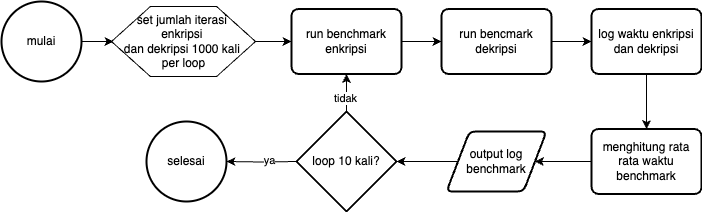
ariqpradipa/skripsi keeps this draw.io diagram as assets/pics/code-flowchart/flowchart_aes.png. Above is the earlier version. Source tidied: cells renumbered, new cells last; positions are measured from the earlier drawing's top-left corner, leaving out a move shared by most shapes. Its diagram source:
```xml
<mxGraphModel>
  <root>
    <mxCell id="0" />
    <mxCell id="1" parent="0" />
    <mxCell id="2" style="edgeStyle=orthogonalEdgeStyle;rounded=0;jettySize=auto;html=1;" parent="1" edge="1" source="3" target="6">
      <mxGeometry relative="1" as="geometry" />
    </mxCell>
    <mxCell id="3" value="mulai" style="strokeWidth=2;html=1;shape=mxgraph.flowchart.start_2;whiteSpace=wrap;" parent="1" vertex="1">
      <mxGeometry width="80" height="80" as="geometry" />
    </mxCell>
    <mxCell id="4" style="group;" parent="1" vertex="1">
      <mxGeometry x="110" y="5" width="150" height="75" as="geometry" />
    </mxCell>
    <mxCell id="5" style="verticalLabelPosition=bottom;verticalAlign=top;html=1;shape=hexagon;perimeter=hexagonPerimeter2;arcSize=6;size=0.27;" parent="4" vertex="1">
      <mxGeometry width="144" height="70" as="geometry" />
    </mxCell>
    <mxCell id="6" value="&lt;font style=&quot;font-size: 12px;&quot;&gt;set jumlah iterasi&amp;nbsp;&lt;/font&gt;&lt;div style=&quot;&quot;&gt;&lt;div style=&quot;&quot;&gt;&lt;font style=&quot;font-size: 12px;&quot;&gt;enkripsi&amp;nbsp;&lt;/font&gt;&lt;/div&gt;&lt;div style=&quot;&quot;&gt;&lt;font style=&quot;font-size: 12px;&quot;&gt;dan dekripsi 1000 kali&amp;nbsp;&lt;/font&gt;&lt;/div&gt;&lt;div style=&quot;&quot;&gt;&lt;font style=&quot;font-size: 12px;&quot;&gt;per loop&lt;/font&gt;&lt;/div&gt;&lt;/div&gt;" style="text;html=1;align=center;verticalAlign=middle;points=[];strokeColor=none;fillColor=none;" parent="4" vertex="1">
      <mxGeometry x="2" width="140" height="70" as="geometry" />
    </mxCell>
    <mxCell id="7" style="edgeStyle=orthogonalEdgeStyle;rounded=0;jettySize=auto;html=1;" parent="1" edge="1" source="8" target="10">
      <mxGeometry relative="1" as="geometry" />
    </mxCell>
    <mxCell id="8" value="run benchmark enkripsi" style="rounded=1;whiteSpace=wrap;html=1;absoluteArcSize=1;arcSize=14;strokeWidth=2;" parent="1" vertex="1">
      <mxGeometry x="290" y="7.5" width="110" height="65" as="geometry" />
    </mxCell>
    <mxCell id="9" style="edgeStyle=orthogonalEdgeStyle;rounded=0;jettySize=auto;html=1;" parent="1" edge="1" source="10" target="12">
      <mxGeometry relative="1" as="geometry" />
    </mxCell>
    <mxCell id="10" value="run bencmark dekripsi" style="rounded=1;whiteSpace=wrap;html=1;absoluteArcSize=1;arcSize=14;strokeWidth=2;" parent="1" vertex="1">
      <mxGeometry x="440" y="7.5" width="110" height="65" as="geometry" />
    </mxCell>
    <mxCell id="11" style="edgeStyle=orthogonalEdgeStyle;rounded=0;jettySize=auto;html=1;" parent="1" edge="1" source="12" target="14">
      <mxGeometry relative="1" as="geometry" />
    </mxCell>
    <mxCell id="12" value="log waktu enkripsi dan dekripsi" style="rounded=1;whiteSpace=wrap;html=1;absoluteArcSize=1;arcSize=14;strokeWidth=2;" parent="1" vertex="1">
      <mxGeometry x="590" y="7.5" width="110" height="65" as="geometry" />
    </mxCell>
    <mxCell id="13" style="edgeStyle=orthogonalEdgeStyle;rounded=0;jettySize=auto;html=1;" parent="1" edge="1" source="14" target="16">
      <mxGeometry relative="1" as="geometry" />
    </mxCell>
    <mxCell id="14" value="menghitung rata rata waktu benchmark" style="rounded=1;whiteSpace=wrap;html=1;absoluteArcSize=1;arcSize=14;strokeWidth=2;" parent="1" vertex="1">
      <mxGeometry x="590" y="127.5" width="110" height="65" as="geometry" />
    </mxCell>
    <mxCell id="15" style="edgeStyle=orthogonalEdgeStyle;rounded=0;jettySize=auto;html=1;" parent="1" edge="1" source="16">
      <mxGeometry relative="1" as="geometry">
        <mxPoint x="395" y="160" as="targetPoint" />
      </mxGeometry>
    </mxCell>
    <mxCell id="16" value="output log benchmark" style="shape=parallelogram;html=1;strokeWidth=2;perimeter=parallelogramPerimeter;whiteSpace=wrap;rounded=1;arcSize=12;size=0.23;" parent="1" vertex="1">
      <mxGeometry x="445" y="130" width="100" height="60" as="geometry" />
    </mxCell>
    <mxCell id="17" style="edgeStyle=orthogonalEdgeStyle;rounded=0;jettySize=auto;html=1;" parent="1" edge="1" target="22">
      <mxGeometry relative="1" as="geometry">
        <mxPoint x="295" y="160" as="sourcePoint" />
      </mxGeometry>
    </mxCell>
    <mxCell id="18" value="ya" style="edgeLabel;html=1;align=center;verticalAlign=middle;" parent="17" vertex="1">
      <mxGeometry x="-0.22" y="-2" relative="1" as="geometry" />
    </mxCell>
    <mxCell id="19" style="edgeStyle=orthogonalEdgeStyle;rounded=0;jettySize=auto;html=1;" parent="1" edge="1" source="21" target="8">
      <mxGeometry relative="1" as="geometry" />
    </mxCell>
    <mxCell id="20" value="tidak" style="edgeLabel;html=1;align=center;verticalAlign=middle;" parent="19" vertex="1">
      <mxGeometry x="-0.36" y="1" relative="1" as="geometry" />
    </mxCell>
    <mxCell id="21" value="loop 10 kali?" style="strokeWidth=2;html=1;shape=mxgraph.flowchart.decision;whiteSpace=wrap;" parent="1" vertex="1">
      <mxGeometry x="295" y="110" width="100" height="100" as="geometry" />
    </mxCell>
    <mxCell id="22" value="selesai" style="strokeWidth=2;html=1;shape=mxgraph.flowchart.start_2;whiteSpace=wrap;" parent="1" vertex="1">
      <mxGeometry x="145" y="120" width="80" height="80" as="geometry" />
    </mxCell>
    <mxCell id="23" style="edgeStyle=orthogonalEdgeStyle;rounded=0;jettySize=auto;html=1;" parent="1" edge="1" source="5" target="8">
      <mxGeometry relative="1" as="geometry" />
    </mxCell>
  </root>
</mxGraphModel>
```
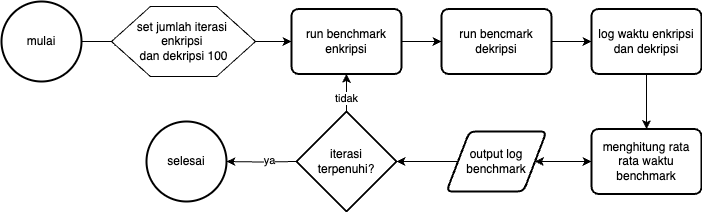
Above is the later version.

The edit, as a diff of the source:
```diff
@@ -14,8 +14,8 @@
     <mxCell id="5" style="verticalLabelPosition=bottom;verticalAlign=top;html=1;shape=hexagon;perimeter=hexagonPerimeter2;arcSize=6;size=0.27;" parent="4" vertex="1">
       <mxGeometry width="144" height="70" as="geometry" />
     </mxCell>
-    <mxCell id="6" value="&lt;font style=&quot;font-size: 12px;&quot;&gt;set jumlah iterasi&amp;nbsp;&lt;/font&gt;&lt;div style=&quot;&quot;&gt;&lt;div style=&quot;&quot;&gt;&lt;font style=&quot;font-size: 12px;&quot;&gt;enkripsi&amp;nbsp;&lt;/font&gt;&lt;/div&gt;&lt;div style=&quot;&quot;&gt;&lt;font style=&quot;font-size: 12px;&quot;&gt;dan dekripsi 1000 kali&amp;nbsp;&lt;/font&gt;&lt;/div&gt;&lt;div style=&quot;&quot;&gt;&lt;font style=&quot;font-size: 12px;&quot;&gt;per loop&lt;/font&gt;&lt;/div&gt;&lt;/div&gt;" style="text;html=1;align=center;verticalAlign=middle;points=[];strokeColor=none;fillColor=none;" parent="4" vertex="1">
-      <mxGeometry x="2" width="140" height="70" as="geometry" />
+    <mxCell id="6" value="&lt;font style=&quot;font-size: 12px;&quot;&gt;set jumlah iterasi&amp;nbsp;&lt;/font&gt;&lt;div style=&quot;&quot;&gt;&lt;div style=&quot;&quot;&gt;&lt;font style=&quot;font-size: 12px;&quot;&gt;enkripsi&amp;nbsp;&lt;/font&gt;&lt;/div&gt;&lt;div style=&quot;&quot;&gt;&lt;font style=&quot;font-size: 12px;&quot;&gt;dan dekripsi 100&lt;br&gt;&lt;/font&gt;&lt;/div&gt;&lt;/div&gt;" style="text;html=1;align=center;verticalAlign=middle;points=[];strokeColor=none;fillColor=none;" parent="4" vertex="1">
+      <mxGeometry x="12" y="5" width="120" height="60" as="geometry" />
     </mxCell>
     <mxCell id="7" style="edgeStyle=orthogonalEdgeStyle;rounded=0;jettySize=auto;html=1;" parent="1" edge="1" source="8" target="10">
       <mxGeometry relative="1" as="geometry" />
@@ -46,6 +46,9 @@
         <mxPoint x="395" y="160" as="targetPoint" />
       </mxGeometry>
     </mxCell>
+    <mxCell id="24" style="edgeStyle=orthogonalEdgeStyle;rounded=0;jettySize=auto;html=1;" parent="1" edge="1" source="16" target="14">
+      <mxGeometry relative="1" as="geometry" />
+    </mxCell>
     <mxCell id="16" value="output log benchmark" style="shape=parallelogram;html=1;strokeWidth=2;perimeter=parallelogramPerimeter;whiteSpace=wrap;rounded=1;arcSize=12;size=0.23;" parent="1" vertex="1">
       <mxGeometry x="445" y="130" width="100" height="60" as="geometry" />
     </mxCell>
@@ -63,7 +66,7 @@
     <mxCell id="20" value="tidak" style="edgeLabel;html=1;align=center;verticalAlign=middle;" parent="19" vertex="1">
       <mxGeometry x="-0.36" y="1" relative="1" as="geometry" />
     </mxCell>
-    <mxCell id="21" value="loop 10 kali?" style="strokeWidth=2;html=1;shape=mxgraph.flowchart.decision;whiteSpace=wrap;" parent="1" vertex="1">
+    <mxCell id="21" value="iterasi&lt;div&gt;terpenuhi?&lt;/div&gt;" style="strokeWidth=2;html=1;shape=mxgraph.flowchart.decision;whiteSpace=wrap;" parent="1" vertex="1">
       <mxGeometry x="295" y="110" width="100" height="100" as="geometry" />
     </mxCell>
     <mxCell id="22" value="selesai" style="strokeWidth=2;html=1;shape=mxgraph.flowchart.start_2;whiteSpace=wrap;" parent="1" vertex="1">
```
